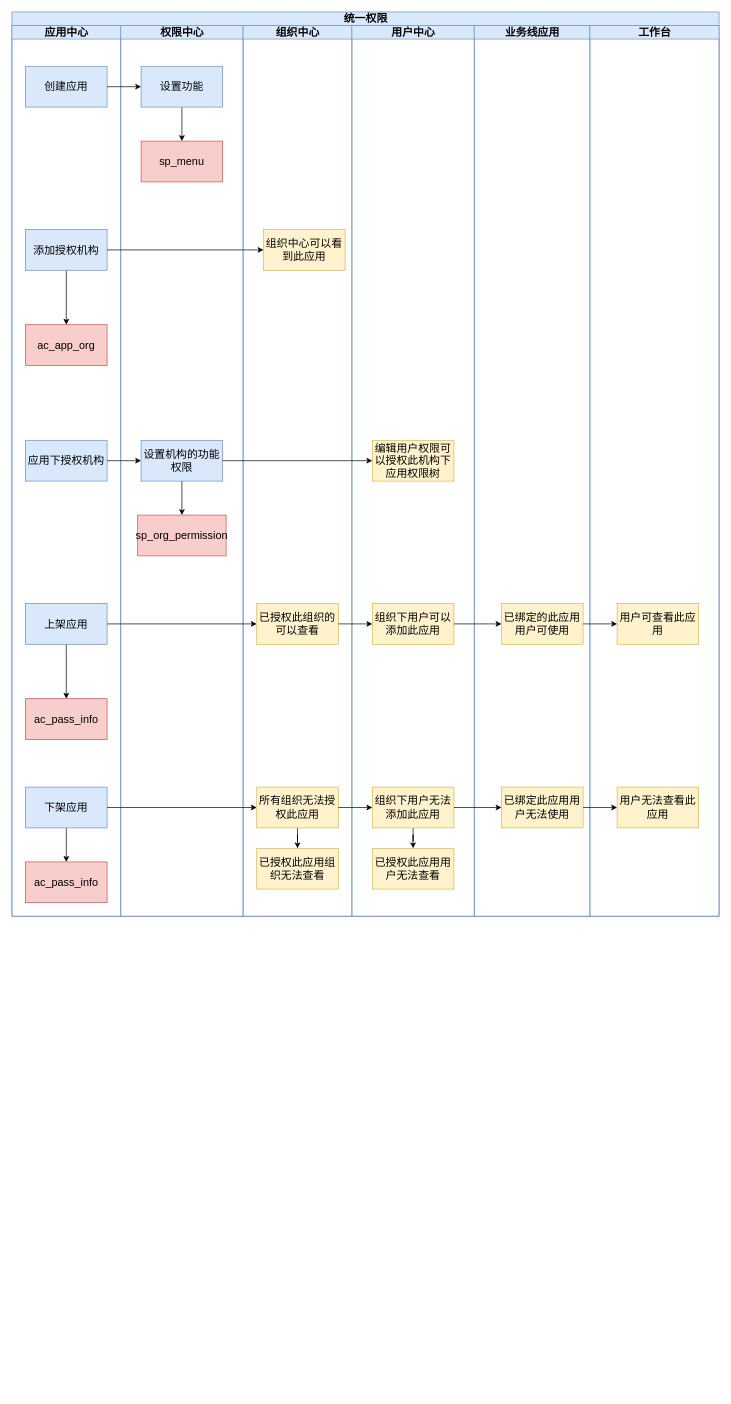
Above: page "第 2 页" (2 of 2) of 中台/组织中心/未命名绘图.drawio in gudujiujian11/diagram (draw.io), before the change. Source tidied: cells renumbered, new cells numbered last; positions are measured from the earlier drawing's top-left corner, leaving out a move shared by most shapes. Both pictures are drawn from the tidied source at 68%, with x=0, y=0 at pixel (12, 12).
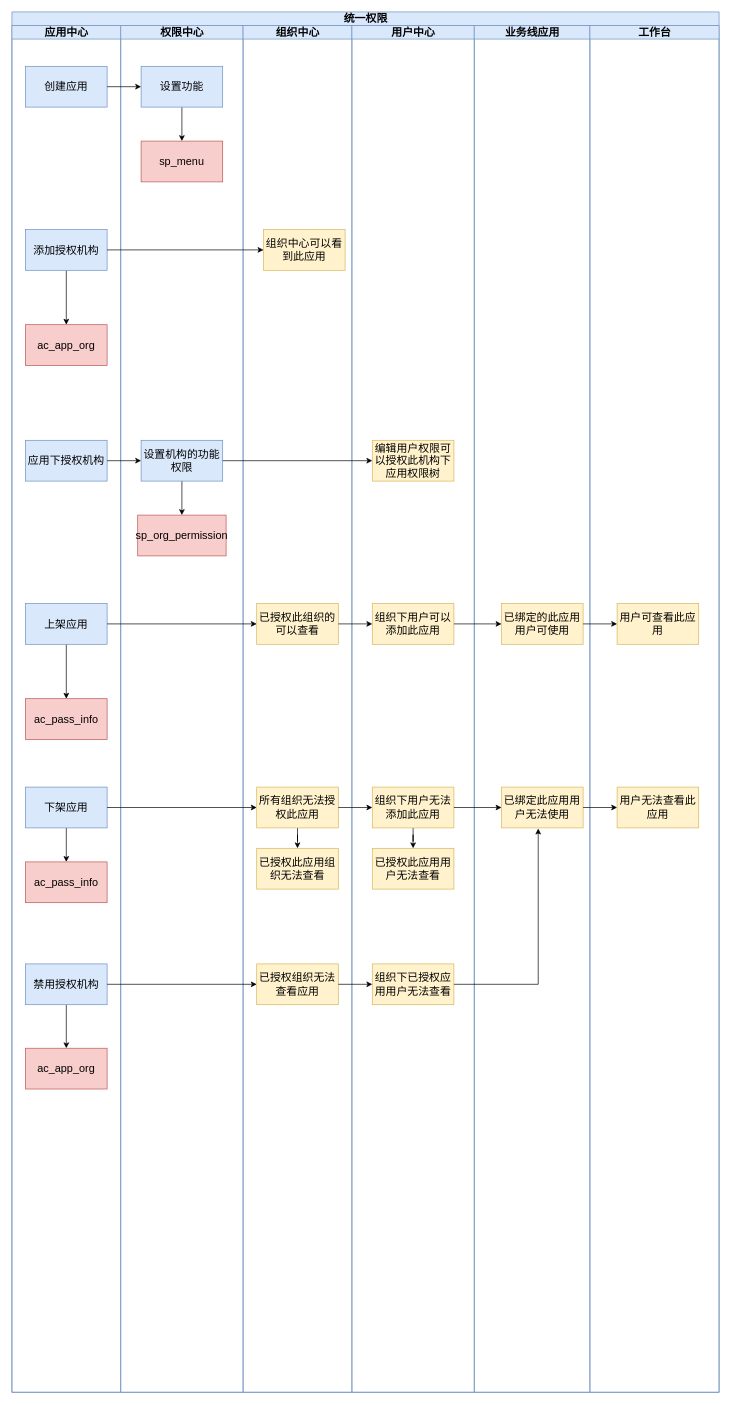
Above is the later version.

Commit message (it also covers changes not shown here):
更新未命名绘图.drawio

Unchanged cells that the change refers to:
```xml
<mxCell id="36" value="已绑定此应用用户无法使用" style="rounded=0;whiteSpace=wrap;html=1;fillColor=#fff2cc;strokeColor=#d6b656;fontSize=16;" parent="34" vertex="1">
  <mxGeometry x="40" y="1120" width="120" height="60" as="geometry" />
</mxCell>
```

Diff of the diagram source:
```diff
@@
     <mxCell id="2" value="统一权限" style="swimlane;startSize=20;html=1;fillColor=#dae8fc;strokeColor=#6c8ebf;fontSize=16;" parent="1" vertex="1">
-      <mxGeometry width="1040" height="1330" as="geometry" />
+      <mxGeometry width="1040" height="2030" as="geometry" />
     </mxCell>
     <mxCell id="3" value="应用中心" style="swimlane;startSize=20;html=1;fillColor=#dae8fc;strokeColor=#6c8ebf;fontSize=16;" parent="2" vertex="1">
-      <mxGeometry y="20" width="160" height="1310" as="geometry" />
+      <mxGeometry y="20" width="160" height="2010" as="geometry" />
     </mxCell>
@@
+    <mxCell id="52" style="edgeStyle=orthogonalEdgeStyle;rounded=0;jettySize=auto;html=1;entryX=0.5;entryY=0;entryDx=0;entryDy=0;" parent="3" edge="1" source="53" target="54">
+      <mxGeometry relative="1" as="geometry" />
+    </mxCell>
+    <mxCell id="53" value="禁用授权机构" style="rounded=0;whiteSpace=wrap;html=1;fillColor=#dae8fc;strokeColor=#6c8ebf;fontSize=16;" parent="3" vertex="1">
+      <mxGeometry x="20" y="1380" width="120" height="60" as="geometry" />
+    </mxCell>
+    <mxCell id="54" value="ac_app_org" style="rounded=0;whiteSpace=wrap;html=1;fillColor=#f8cecc;strokeColor=#b85450;fontSize=16;" parent="3" vertex="1">
+      <mxGeometry x="20" y="1504" width="120" height="60" as="geometry" />
+    </mxCell>
     <mxCell id="15" value="权限中心" style="swimlane;startSize=20;html=1;fillColor=#dae8fc;strokeColor=#6c8ebf;fontSize=16;" parent="2" vertex="1">
-      <mxGeometry x="160" y="20" width="180" height="1310" as="geometry" />
+      <mxGeometry x="160" y="20" width="180" height="2010" as="geometry" />
     </mxCell>
@@
     <mxCell id="22" value="组织中心" style="swimlane;startSize=20;html=1;fillColor=#dae8fc;strokeColor=#6c8ebf;fontSize=16;" parent="2" vertex="1">
-      <mxGeometry x="340" y="20" width="160" height="1310" as="geometry" />
+      <mxGeometry x="340" y="20" width="160" height="2010" as="geometry" />
     </mxCell>
@@
+    <mxCell id="55" value="已授权组织无法查看应用" style="rounded=0;whiteSpace=wrap;html=1;fillColor=#fff2cc;strokeColor=#d6b656;fontSize=16;" parent="22" vertex="1">
+      <mxGeometry x="20" y="1380" width="120" height="60" as="geometry" />
+    </mxCell>
     <mxCell id="28" value="用户中心" style="swimlane;startSize=20;html=1;fillColor=#dae8fc;strokeColor=#6c8ebf;fontSize=16;" parent="2" vertex="1">
-      <mxGeometry x="500" y="20" width="180" height="1310" as="geometry" />
+      <mxGeometry x="500" y="20" width="180" height="2010" as="geometry" />
     </mxCell>
@@
+    <mxCell id="56" value="组织下已授权应用用户无法查看" style="rounded=0;whiteSpace=wrap;html=1;fillColor=#fff2cc;strokeColor=#d6b656;fontSize=16;" parent="28" vertex="1">
+      <mxGeometry x="30" y="1380" width="120" height="60" as="geometry" />
+    </mxCell>
     <mxCell id="34" value="业务线应用" style="swimlane;startSize=20;html=1;fillColor=#dae8fc;strokeColor=#6c8ebf;fontSize=16;" parent="2" vertex="1">
-      <mxGeometry x="680" y="20" width="170" height="1310" as="geometry" />
+      <mxGeometry x="680" y="20" width="170" height="2010" as="geometry" />
     </mxCell>
@@
     <mxCell id="37" value="工作台" style="swimlane;startSize=20;html=1;fillColor=#dae8fc;strokeColor=#6c8ebf;fontSize=16;" parent="2" vertex="1">
-      <mxGeometry x="850" y="20" width="190" height="1310" as="geometry" />
+      <mxGeometry x="850" y="20" width="190" height="2010" as="geometry" />
     </mxCell>
@@
+    <mxCell id="57" style="edgeStyle=orthogonalEdgeStyle;rounded=0;jettySize=auto;html=1;entryX=0;entryY=0.5;entryDx=0;entryDy=0;" parent="2" edge="1" source="53" target="55">
+      <mxGeometry relative="1" as="geometry" />
+    </mxCell>
+    <mxCell id="58" style="edgeStyle=orthogonalEdgeStyle;rounded=0;jettySize=auto;html=1;" parent="2" edge="1" source="55" target="56">
+      <mxGeometry relative="1" as="geometry" />
+    </mxCell>
+    <mxCell id="59" style="edgeStyle=orthogonalEdgeStyle;rounded=0;jettySize=auto;html=1;entryX=0.45;entryY=1.017;entryDx=0;entryDy=0;entryPerimeter=0;" parent="2" edge="1" source="56" target="36">
+      <mxGeometry relative="1" as="geometry" />
+    </mxCell>
```
